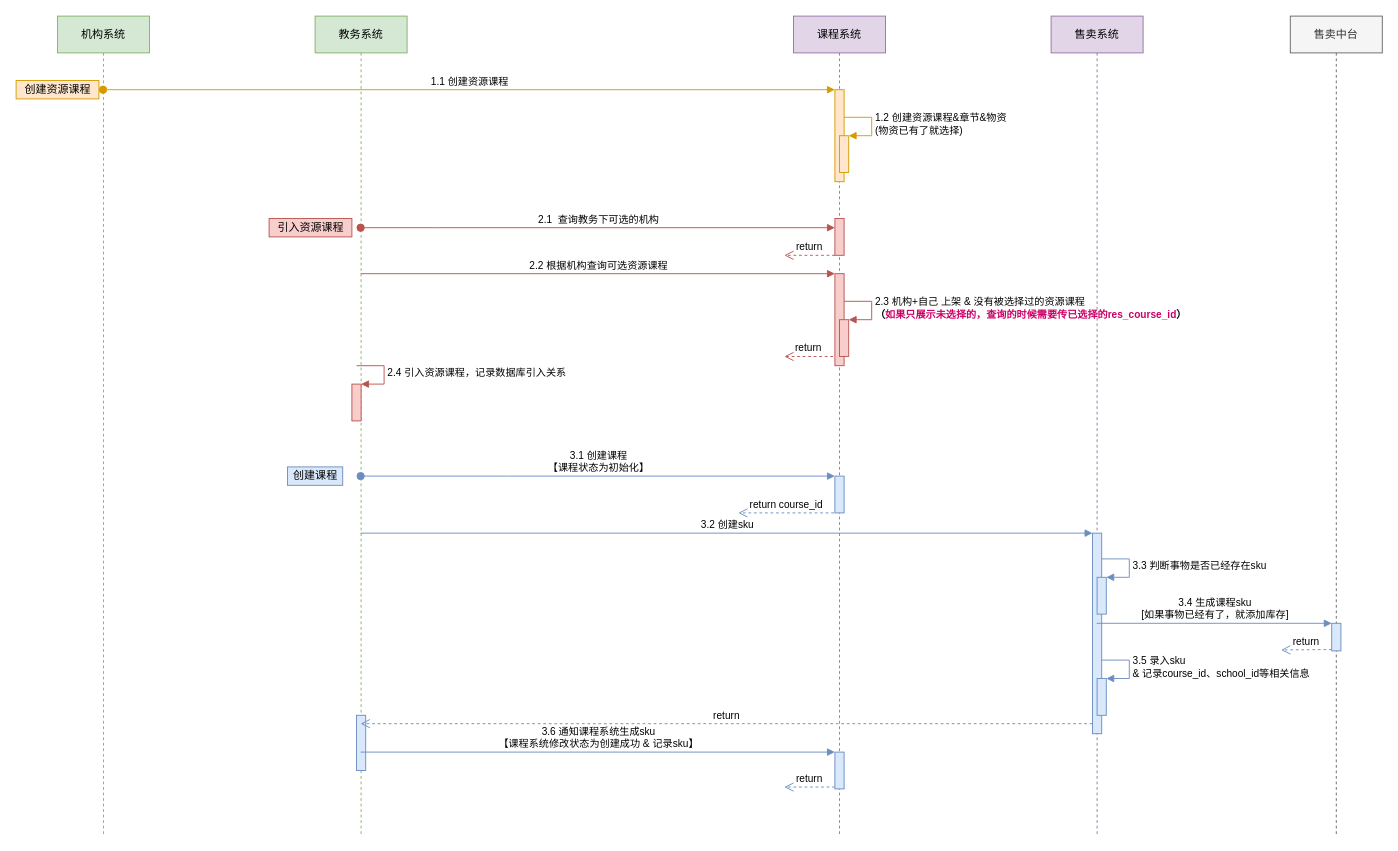
Above: 330-整体流程-创建课程流程.drawio in wgyuuu/flow_chart (draw.io), before the change. Source tidied: cells renumbered, new cells numbered last; positions are measured from the earlier drawing's top-left corner, leaving out a move shared by most shapes. Both pictures are drawn from the tidied source at 92%, with x=0, y=0 at pixel (16, 16).
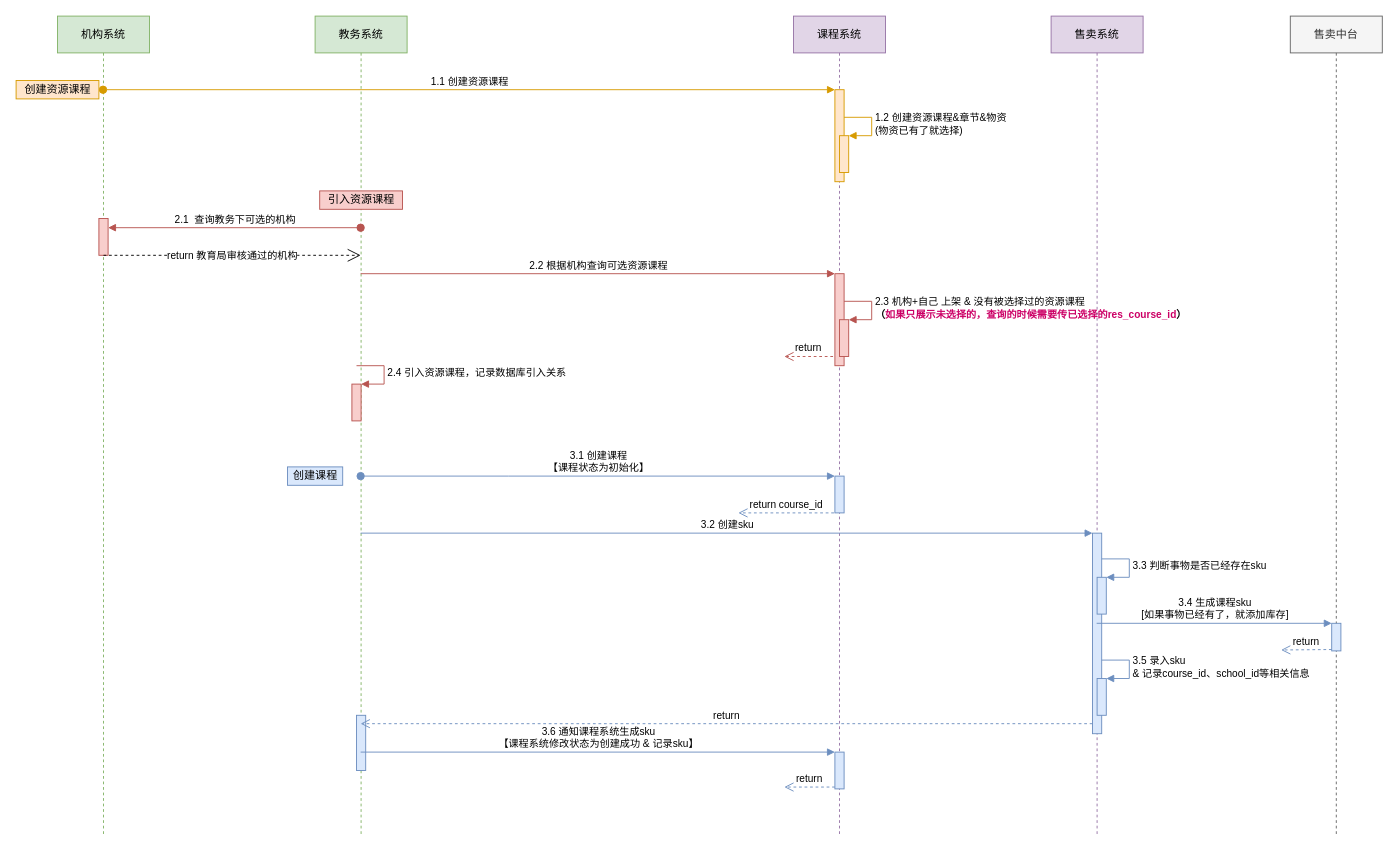
After the change.

Commit message:
Update 330-整体流程-创建课程流程.drawio

The change refers to these unchanged cells:
```xml
<mxCell id="2" value="机构系统" style="shape=umlLifeline;perimeter=lifelinePerimeter;whiteSpace=wrap;html=1;outlineConnect=0;fillColor=#d5e8d4;strokeColor=#82b366;" parent="1" vertex="1">
  <mxGeometry x="45" width="100" height="890" as="geometry" />
</mxCell>
<mxCell id="3" value="教务系统" style="shape=umlLifeline;perimeter=lifelinePerimeter;whiteSpace=wrap;html=1;outlineConnect=0;fillColor=#d5e8d4;strokeColor=#82b366;" parent="1" vertex="1">
  <mxGeometry x="325" width="100" height="890" as="geometry" />
</mxCell>
<mxCell id="7" value="课程系统" style="shape=umlLifeline;perimeter=lifelinePerimeter;whiteSpace=wrap;html=1;fillColor=#e1d5e7;strokeColor=#9673a6;" parent="1" vertex="1">
  <mxGeometry x="845" width="100" height="890" as="geometry" />
</mxCell>
```

What changed in the source:
```diff
@@
+    <mxCell id="14" style="html=1;points=[];perimeter=orthogonalPerimeter;fillColor=#f8cecc;strokeColor=#b85450;" parent="2" vertex="1">
+      <mxGeometry x="45" y="220" width="10" height="40" as="geometry" />
+    </mxCell>
@@
+    <mxCell id="32" value="引入资源课程" style="text;html=1;align=center;verticalAlign=middle;strokeColor=#b85450;fillColor=#f8cecc;" parent="3" vertex="1">
+      <mxGeometry x="5" y="190" width="90" height="20" as="geometry" />
+    </mxCell>
@@
-    <mxCell id="14" style="html=1;points=[];perimeter=orthogonalPerimeter;fillColor=#f8cecc;strokeColor=#b85450;" parent="7" vertex="1">
-      <mxGeometry x="45" y="220" width="10" height="40" as="geometry" />
-    </mxCell>
@@
     <mxCell id="28" value="2.1&amp;nbsp; 查询教务下可选的机构" style="html=1;verticalAlign=bottom;startArrow=oval;endArrow=block;startSize=8;rounded=0;fillColor=#f8cecc;strokeColor=#b85450;" parent="1" edge="1" source="3" target="14">
       <mxGeometry relative="1" as="geometry">
         <Array as="points">
-          <mxPoint x="455" y="230" />
+          <mxPoint x="285" y="230" />
         </Array>
       </mxGeometry>
     </mxCell>
@@
-    <mxCell id="30" value="return" style="html=1;verticalAlign=bottom;endArrow=open;dashed=1;endSize=8;rounded=0;fillColor=#f8cecc;strokeColor=#b85450;" parent="1" edge="1" source="14">
-      <mxGeometry relative="1" as="geometry">
-        <mxPoint x="835" y="260" as="targetPoint" />
-      </mxGeometry>
-    </mxCell>
@@
-    <mxCell id="32" value="引入资源课程" style="text;html=1;align=center;verticalAlign=middle;strokeColor=#b85450;fillColor=#f8cecc;" parent="1" vertex="1">
-      <mxGeometry x="275" y="220" width="90" height="20" as="geometry" />
-    </mxCell>
@@
+    <mxCell id="41" value="return 教育局审核通过的机构" style="endArrow=open;endSize=12;dashed=1;html=1;rounded=0;exitX=0.5;exitY=1;exitDx=0;exitDy=0;exitPerimeter=0;" parent="1" edge="1" source="14" target="3">
+      <mxGeometry relative="1" as="geometry" />
+    </mxCell>
```
